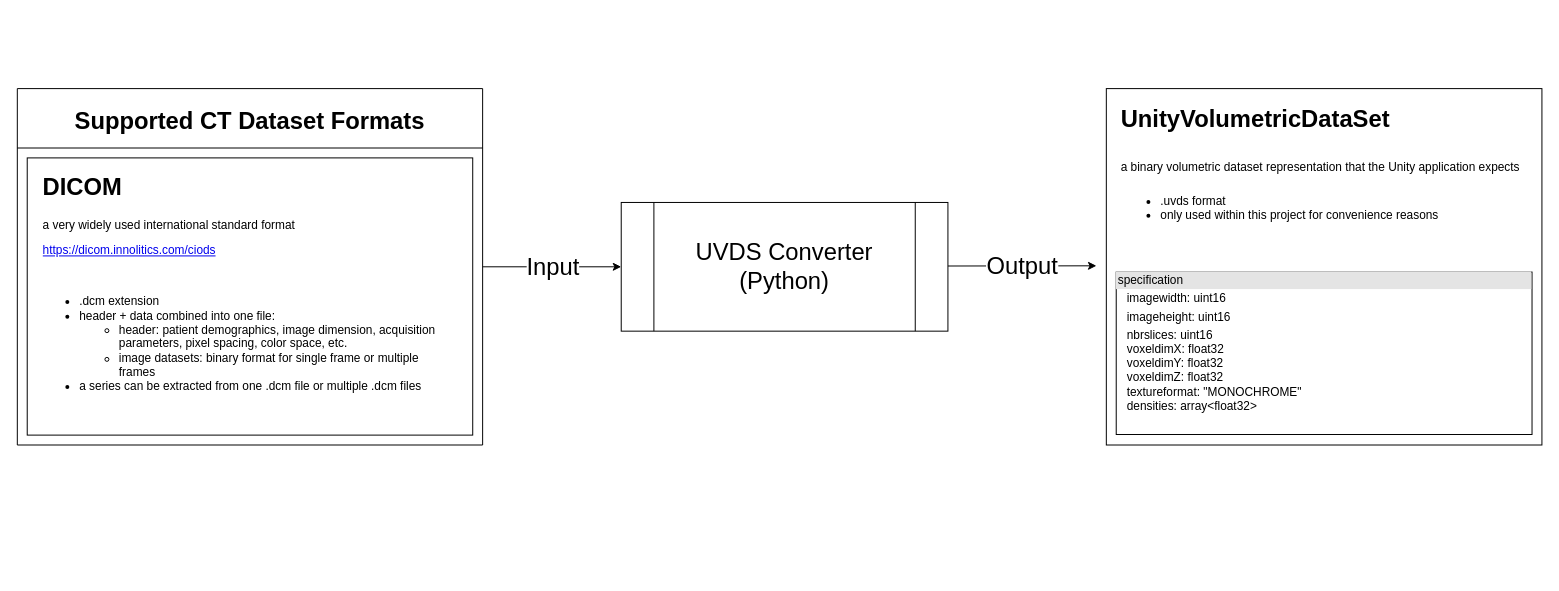
Before: importer.drawio in walcht/Unity-CTVisualizer, a draw.io diagram. Source tidied: cells renumbered, new cells numbered last; positions are measured from the earlier drawing's top-left corner, leaving out a move shared by most shapes. Both pictures are drawn from the tidied source at 99%, with x=0, y=0 at pixel (17, 88).
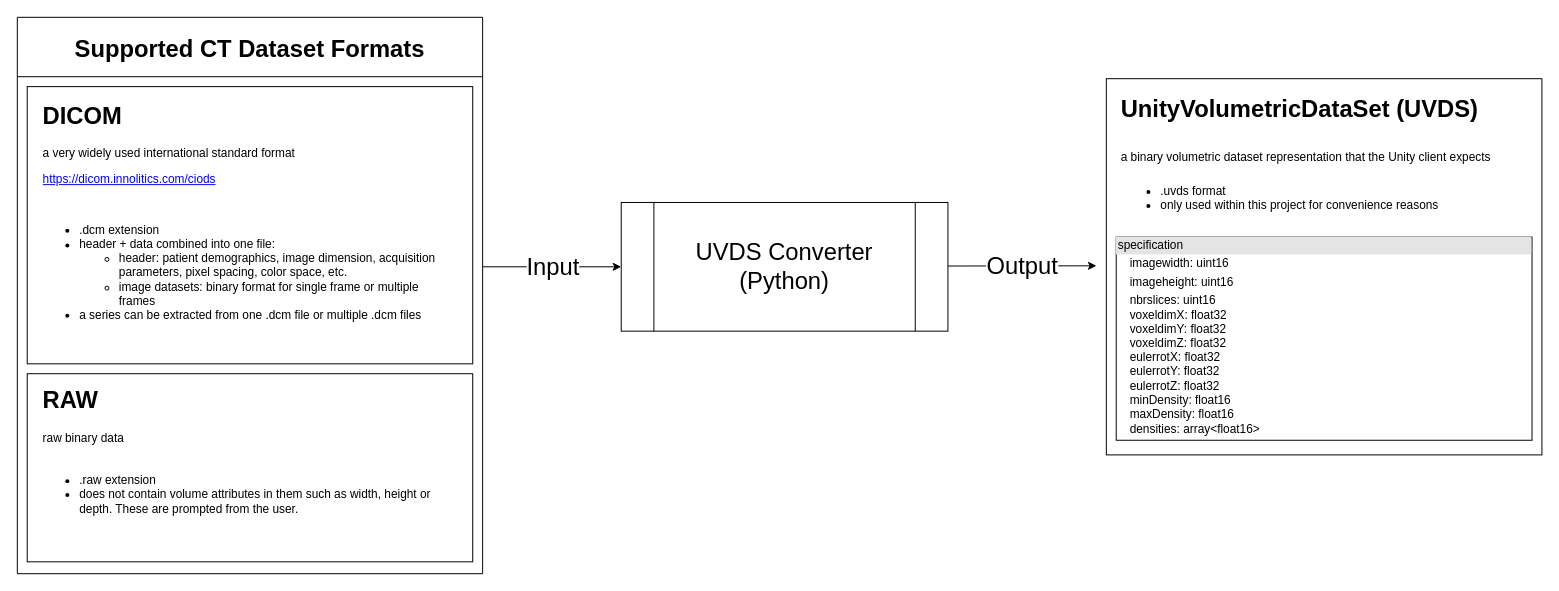
Above is the later version.

Diff of the diagram source:
```diff
@@
-<mxGraphModel>
+<mxGraphModel background="#ffffff">
@@
     <mxCell id="3" value="Supported CT Dataset Formats" style="swimlane;fontSize=24;startSize=60;" parent="1" vertex="1">
-      <mxGeometry width="470" height="360" as="geometry" />
+      <mxGeometry y="-72" width="470" height="562" as="geometry" />
     </mxCell>
@@
+    <mxCell id="16" style="group;" parent="3" vertex="1">
+      <mxGeometry x="10" y="360" width="450" height="190" as="geometry" />
+    </mxCell>
+    <mxCell id="17" style="rounded=0;whiteSpace=wrap;html=1;" parent="16" vertex="1">
+      <mxGeometry width="450" height="190" as="geometry" />
+    </mxCell>
+    <mxCell id="18" value="&lt;h1&gt;RAW&lt;/h1&gt;&lt;p&gt;raw binary data&lt;/p&gt;" style="text;html=1;strokeColor=none;fillColor=none;spacing=5;spacingTop=-20;whiteSpace=wrap;overflow=hidden;rounded=0;" parent="16" vertex="1">
+      <mxGeometry x="10.7" y="6.6" width="417.9" height="65.5" as="geometry" />
+    </mxCell>
+    <mxCell id="19" value="&lt;ul&gt;&lt;li&gt;.raw extension&lt;/li&gt;&lt;li&gt;does not contain volume attributes in them such as width, height or depth. These are prompted from the user.&lt;/li&gt;&lt;/ul&gt;" style="text;strokeColor=none;fillColor=none;html=1;whiteSpace=wrap;verticalAlign=middle;overflow=hidden;align=left;" parent="16" vertex="1">
+      <mxGeometry x="10.7" y="85" width="407.1" height="73.5" as="geometry" />
+    </mxCell>
@@
     <mxCell id="12" style="group;" parent="1" vertex="1">
-      <mxGeometry x="1100" width="440" height="360" as="geometry" />
+      <mxGeometry x="1100" y="-10" width="440" height="380" as="geometry" />
     </mxCell>
     <mxCell id="13" style="rounded=0;whiteSpace=wrap;html=1;fontSize=24;" parent="12" vertex="1">
-      <mxGeometry width="440" height="360" as="geometry" />
+      <mxGeometry width="440" height="380" as="geometry" />
     </mxCell>
-    <mxCell id="14" value="&lt;h1&gt;&lt;span style=&quot;background-color: initial;&quot;&gt;UnityVolumetricDataSet&lt;/span&gt;&lt;/h1&gt;&lt;h1&gt;&lt;span style=&quot;font-size: 12px; font-weight: 400;&quot;&gt;a binary volumetric dataset representation that the Unity application expects&lt;/span&gt;&lt;/h1&gt;&lt;div&gt;&lt;ul&gt;&lt;li&gt;&lt;span style=&quot;font-size: 12px; font-weight: 400;&quot;&gt;.uvds format&lt;/span&gt;&lt;/li&gt;&lt;li&gt;&lt;span style=&quot;font-size: 12px; font-weight: 400;&quot;&gt;only used within this project for convenience reasons&lt;/span&gt;&lt;/li&gt;&lt;/ul&gt;&lt;/div&gt;" style="text;html=1;strokeColor=none;fillColor=none;spacing=5;spacingTop=-20;whiteSpace=wrap;overflow=hidden;rounded=0;fontSize=12;" parent="12" vertex="1">
-      <mxGeometry x="10" y="10.6" width="420" height="159.4" as="geometry" />
+    <mxCell id="14" value="&lt;h1&gt;&lt;span style=&quot;background-color: initial;&quot;&gt;UnityVolumetricDataSet (UVDS)&lt;/span&gt;&lt;/h1&gt;&lt;h1&gt;&lt;span style=&quot;font-size: 12px; font-weight: 400;&quot;&gt;a binary volumetric dataset representation that the Unity client expects&lt;/span&gt;&lt;/h1&gt;&lt;div&gt;&lt;ul&gt;&lt;li&gt;&lt;span style=&quot;font-size: 12px; font-weight: 400;&quot;&gt;.uvds format&lt;/span&gt;&lt;/li&gt;&lt;li&gt;&lt;span style=&quot;font-size: 12px; font-weight: 400;&quot;&gt;only used within this project for convenience reasons&lt;/span&gt;&lt;/li&gt;&lt;/ul&gt;&lt;/div&gt;" style="text;html=1;strokeColor=none;fillColor=none;spacing=5;spacingTop=-20;whiteSpace=wrap;overflow=hidden;rounded=0;fontSize=12;" parent="12" vertex="1">
+      <mxGeometry x="10" y="11.2" width="420" height="168.3" as="geometry" />
     </mxCell>
-    <mxCell id="15" value="&lt;div style=&quot;box-sizing:border-box;width:100%;background:#e4e4e4;padding:2px;&quot;&gt;specification&lt;/div&gt;&lt;table style=&quot;width:100%;font-size:1em;&quot; cellpadding=&quot;2&quot; cellspacing=&quot;0&quot;&gt;&lt;tbody&gt;&lt;tr&gt;&lt;td&gt;&lt;br&gt;&lt;/td&gt;&lt;td&gt;imagewidth: uint16&lt;/td&gt;&lt;/tr&gt;&lt;tr&gt;&lt;td&gt;&lt;br&gt;&lt;/td&gt;&lt;td&gt;imageheight: uint16&lt;/td&gt;&lt;/tr&gt;&lt;tr&gt;&lt;td&gt;&lt;/td&gt;&lt;td&gt;nbrslices: uint16&lt;br&gt;voxeldimX: float32&lt;br&gt;voxeldimY: float32&lt;br&gt;voxeldimZ: float32&lt;br&gt;textureformat: &quot;MONOCHROME&quot;&lt;br&gt;densities: array&amp;lt;float32&amp;gt;&lt;/td&gt;&lt;/tr&gt;&lt;/tbody&gt;&lt;/table&gt;" style="verticalAlign=top;align=left;overflow=fill;html=1;fontSize=12;" parent="12" vertex="1">
-      <mxGeometry x="10" y="185.3" width="420" height="164.1" as="geometry" />
+    <mxCell id="15" value="&lt;div style=&quot;box-sizing: border-box; width: 100%; background: rgb(228, 228, 228); padding: 2px;&quot;&gt;specification&lt;/div&gt;&lt;table style=&quot;width:100%;font-size:1em;&quot; cellpadding=&quot;2&quot; cellspacing=&quot;0&quot;&gt;&lt;tbody&gt;&lt;tr&gt;&lt;td&gt;&lt;br&gt;&lt;/td&gt;&lt;td&gt;imagewidth: uint16&lt;/td&gt;&lt;/tr&gt;&lt;tr&gt;&lt;td&gt;&lt;br&gt;&lt;/td&gt;&lt;td&gt;imageheight: uint16&lt;/td&gt;&lt;/tr&gt;&lt;tr&gt;&lt;td&gt;&lt;/td&gt;&lt;td&gt;nbrslices: uint16&lt;br&gt;voxeldimX: float32&lt;br&gt;voxeldimY: float32&lt;br&gt;voxeldimZ: float32&lt;br&gt;eulerrotX: float32&lt;br&gt;eulerrotY: float32&lt;br&gt;eulerrotZ: float32&lt;br&gt;minDensity: float16&lt;br&gt;maxDensity: float16&lt;br&gt;densities: array&amp;lt;float16&amp;gt;&lt;br&gt;&lt;/td&gt;&lt;/tr&gt;&lt;/tbody&gt;&lt;/table&gt;" style="verticalAlign=top;align=left;overflow=fill;html=1;fontSize=12;" parent="12" vertex="1">
+      <mxGeometry x="10" y="160" width="420" height="205.2" as="geometry" />
     </mxCell>
```
